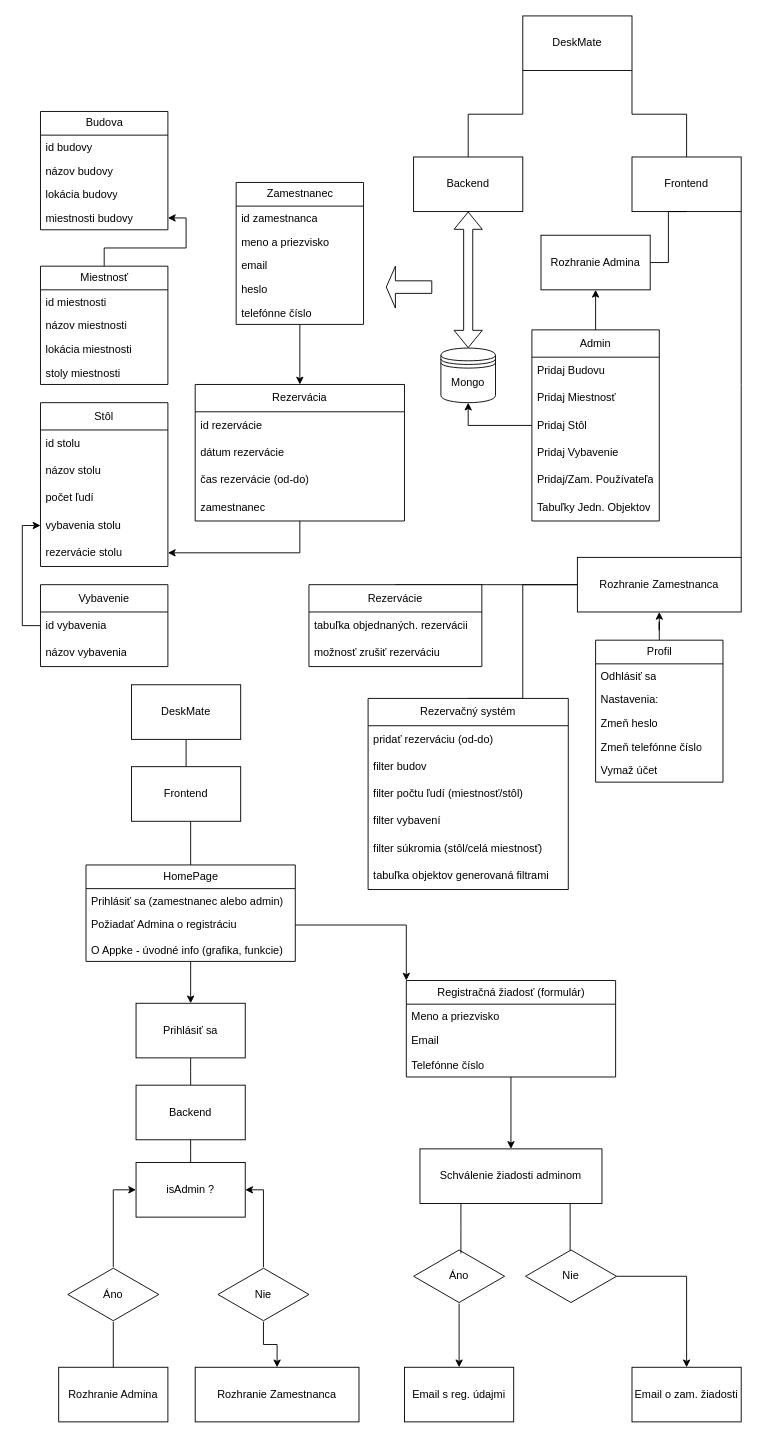
petocjshtml/DeskMate keeps this draw.io diagram as DeskMate.drawio. Above is the earlier version. Source tidied: cells renumbered, new cells numbered last; positions are measured from the earlier drawing's top-left corner, leaving out a move shared by most shapes. Both pictures are drawn from the tidied source at 91%, with x=0, y=0 at pixel (40, 15).
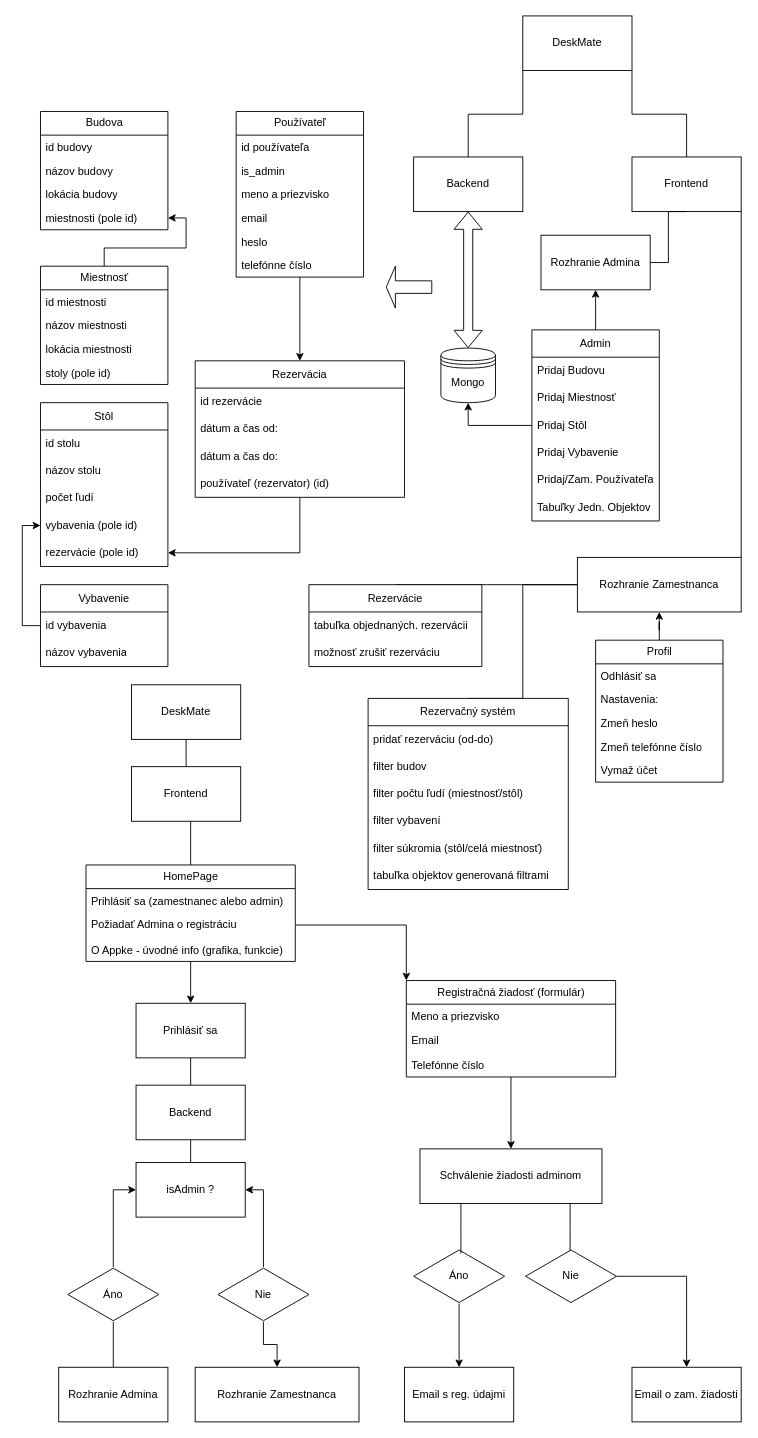
The same diagram, later.

Commit message:
DeskMate.drawio ďalšia drobná zmena logiky

The change refers to these unchanged cells:
```xml
<mxCell id="99" value="Stôl" style="swimlane;fontStyle=0;horizontal=1;startSize=30;whiteSpace=wrap;html=1;" parent="1" vertex="1">
  <mxGeometry y="425" width="140" height="180" as="geometry" />
</mxCell>
```

What changed in the source:
```diff
@@
-    <mxCell id="29" value="miestnosti budovy" style="text;strokeColor=none;fillColor=none;align=left;verticalAlign=top;spacingLeft=4;spacingRight=4;overflow=hidden;points=[[0,0.5],[1,0.5]];portConstraint=eastwest;whiteSpace=wrap;html=1;" parent="1" vertex="1">
+    <mxCell id="29" value="miestnosti (pole id)" style="text;strokeColor=none;fillColor=none;align=left;verticalAlign=top;spacingLeft=4;spacingRight=4;overflow=hidden;points=[[0,0.5],[1,0.5]];portConstraint=eastwest;whiteSpace=wrap;html=1;" parent="1" vertex="1">
       <mxGeometry y="209" width="140" height="26" as="geometry" />
     </mxCell>
@@
-    <mxCell id="33" value="stoly miestnosti" style="text;strokeColor=none;fillColor=none;align=left;verticalAlign=top;spacingLeft=4;spacingRight=4;overflow=hidden;whiteSpace=wrap;html=1;" parent="1" vertex="1">
+    <mxCell id="33" value="stoly (pole id)" style="text;strokeColor=none;fillColor=none;align=left;verticalAlign=top;spacingLeft=4;spacingRight=4;overflow=hidden;whiteSpace=wrap;html=1;" parent="1" vertex="1">
       <mxGeometry y="379" width="140" height="26" as="geometry" />
     </mxCell>
@@
-    <mxCell id="35" value="Zamestnanec" style="swimlane;fontStyle=0;horizontal=1;startSize=26;fillColor=none;html=1;" parent="1" vertex="1">
-      <mxGeometry x="215" y="183" width="140" height="156" as="geometry" />
+    <mxCell id="35" value="Používateľ" style="swimlane;fontStyle=0;horizontal=1;startSize=26;fillColor=none;html=1;" parent="1" vertex="1">
+      <mxGeometry x="215" y="105" width="140" height="182" as="geometry" />
     </mxCell>
-    <mxCell id="36" value="id zamestnanca" style="text;strokeColor=none;fillColor=none;align=left;verticalAlign=top;spacingLeft=4;spacingRight=4;overflow=hidden;whiteSpace=wrap;html=1;" parent="35" vertex="1">
+    <mxCell id="36" value="id používateľa" style="text;strokeColor=none;fillColor=none;align=left;verticalAlign=top;spacingLeft=4;spacingRight=4;overflow=hidden;whiteSpace=wrap;html=1;" parent="35" vertex="1">
       <mxGeometry y="26" width="140" height="26" as="geometry" />
     </mxCell>
+    <mxCell id="40" value="is_admin" style="text;strokeColor=none;fillColor=none;align=left;verticalAlign=top;spacingLeft=4;spacingRight=4;overflow=hidden;whiteSpace=wrap;html=1;" parent="35" vertex="1">
+      <mxGeometry y="52" width="140" height="26" as="geometry" />
+    </mxCell>
     <mxCell id="37" value="meno a priezvisko" style="text;strokeColor=none;fillColor=none;align=left;verticalAlign=top;spacingLeft=4;spacingRight=4;overflow=hidden;whiteSpace=wrap;html=1;" parent="35" vertex="1">
-      <mxGeometry y="52" width="140" height="26" as="geometry" />
+      <mxGeometry y="78" width="140" height="26" as="geometry" />
     </mxCell>
     <mxCell id="38" value="email" style="text;strokeColor=none;fillColor=none;align=left;verticalAlign=top;spacingLeft=4;spacingRight=4;overflow=hidden;whiteSpace=wrap;html=1;" parent="35" vertex="1">
-      <mxGeometry y="78" width="140" height="26" as="geometry" />
+      <mxGeometry y="104" width="140" height="26" as="geometry" />
     </mxCell>
     <mxCell id="39" value="heslo" style="text;strokeColor=none;fillColor=none;align=left;verticalAlign=top;spacingLeft=4;spacingRight=4;overflow=hidden;whiteSpace=wrap;html=1;" parent="35" vertex="1">
-      <mxGeometry y="104" width="140" height="26" as="geometry" />
+      <mxGeometry y="130" width="140" height="26" as="geometry" />
     </mxCell>
-    <mxCell id="40" value="telefónne číslo" style="text;strokeColor=none;fillColor=none;align=left;verticalAlign=top;spacingLeft=4;spacingRight=4;overflow=hidden;whiteSpace=wrap;html=1;" parent="35" vertex="1">
-      <mxGeometry y="130" width="140" height="26" as="geometry" />
-    </mxCell>
+    <mxCell id="125" value="telefónne číslo" style="text;strokeColor=none;fillColor=none;align=left;verticalAlign=top;spacingLeft=4;spacingRight=4;overflow=hidden;whiteSpace=wrap;html=1;" parent="35" vertex="1">
+      <mxGeometry y="156" width="140" height="26" as="geometry" />
+    </mxCell>
@@
-    <mxCell id="103" value="vybavenia stolu" style="text;strokeColor=none;fillColor=none;align=left;verticalAlign=middle;spacingLeft=4;spacingRight=4;overflow=hidden;points=[[0,0.5],[1,0.5]];portConstraint=eastwest;whiteSpace=wrap;html=1;" parent="99" vertex="1">
+    <mxCell id="103" value="vybavenia (pole id)" style="text;strokeColor=none;fillColor=none;align=left;verticalAlign=middle;spacingLeft=4;spacingRight=4;overflow=hidden;points=[[0,0.5],[1,0.5]];portConstraint=eastwest;whiteSpace=wrap;html=1;" parent="99" vertex="1">
       <mxGeometry y="120" width="140" height="30" as="geometry" />
     </mxCell>
-    <mxCell id="104" value="rezervácie stolu" style="text;strokeColor=none;fillColor=none;align=left;verticalAlign=middle;spacingLeft=4;spacingRight=4;overflow=hidden;points=[[0,0.5],[1,0.5]];portConstraint=eastwest;whiteSpace=wrap;html=1;" parent="99" vertex="1">
+    <mxCell id="104" value="rezervácie (pole id)" style="text;strokeColor=none;fillColor=none;align=left;verticalAlign=middle;spacingLeft=4;spacingRight=4;overflow=hidden;points=[[0,0.5],[1,0.5]];portConstraint=eastwest;whiteSpace=wrap;html=1;" parent="99" vertex="1">
       <mxGeometry y="150" width="140" height="30" as="geometry" />
     </mxCell>
@@
     <mxCell id="109" value="Rezervácia" style="swimlane;fontStyle=0;horizontal=1;startSize=30;whiteSpace=wrap;html=1;" parent="1" vertex="1">
-      <mxGeometry x="170" y="405" width="230" height="150" as="geometry" />
+      <mxGeometry x="170" y="379" width="230" height="150" as="geometry" />
     </mxCell>
@@
-    <mxCell id="111" value="dátum rezervácie" style="text;strokeColor=none;fillColor=none;align=left;verticalAlign=middle;spacingLeft=4;spacingRight=4;overflow=hidden;whiteSpace=wrap;html=1;" parent="109" vertex="1">
-      <mxGeometry y="60" width="230" height="30" as="geometry" />
-    </mxCell>
-    <mxCell id="112" value="čas rezervácie (od-do)" style="text;strokeColor=none;fillColor=none;align=left;verticalAlign=middle;spacingLeft=4;spacingRight=4;overflow=hidden;whiteSpace=wrap;html=1;" parent="109" vertex="1">
-      <mxGeometry y="90" width="230" height="30" as="geometry" />
+    <mxCell id="112" value="dátum a čas od:" style="text;strokeColor=none;fillColor=none;align=left;verticalAlign=middle;spacingLeft=4;spacingRight=4;overflow=hidden;whiteSpace=wrap;html=1;" parent="109" vertex="1">
+      <mxGeometry y="60" width="230" height="30" as="geometry" />
     </mxCell>
+    <mxCell id="126" value="dátum a čas do:" style="text;strokeColor=none;fillColor=none;align=left;verticalAlign=middle;spacingLeft=4;spacingRight=4;overflow=hidden;whiteSpace=wrap;html=1;" parent="109" vertex="1">
+      <mxGeometry y="90" width="230" height="30" as="geometry" />
+    </mxCell>
-    <mxCell id="113" value="zamestnanec" style="text;strokeColor=none;fillColor=none;align=left;verticalAlign=middle;spacingLeft=4;spacingRight=4;overflow=hidden;whiteSpace=wrap;html=1;" parent="109" vertex="1">
+    <mxCell id="113" value="používateľ (rezervator) (id)" style="text;strokeColor=none;fillColor=none;align=left;verticalAlign=middle;spacingLeft=4;spacingRight=4;overflow=hidden;whiteSpace=wrap;html=1;" parent="109" vertex="1">
       <mxGeometry y="120" width="230" height="30" as="geometry" />
     </mxCell>
```
